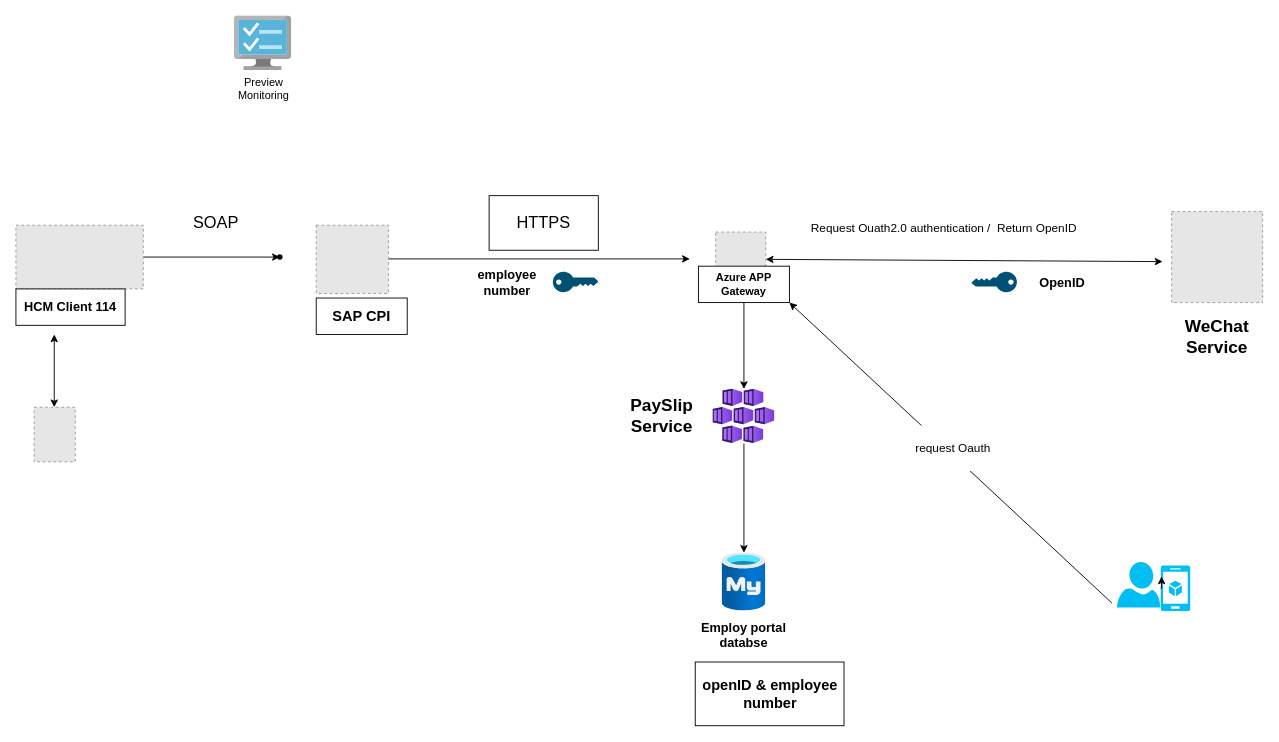
liuyuch1990/demo keeps this draw.io diagram as src/SAP.drawio. Above is the earlier version. Source tidied: cells renumbered, new cells numbered last; positions are measured from the earlier drawing's top-left corner, leaving out a move shared by most shapes. Both pictures are drawn from the tidied source at 91%, with x=0, y=0 at pixel (15, 15). Pictures stored in the file or linked from it are replaced by grey dashed boxes.
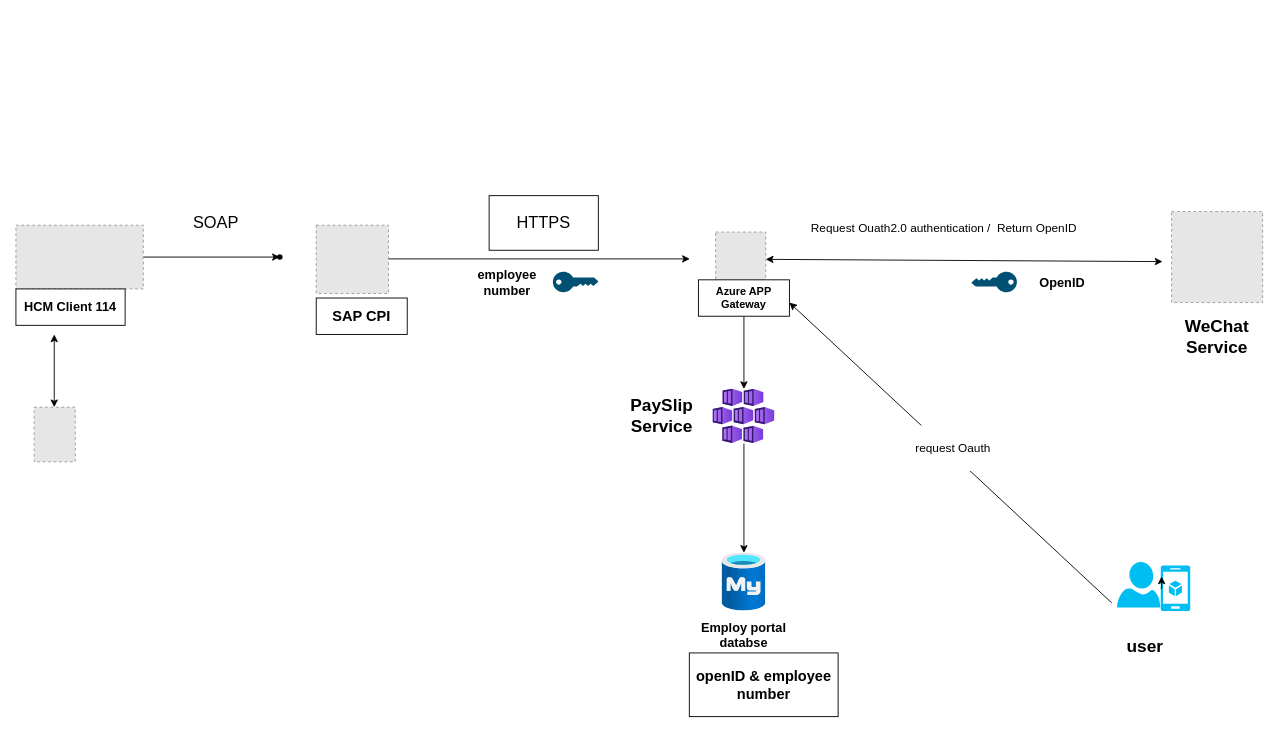
The same diagram, later.

What changed in the source:
```diff
@@
-    <mxCell id="2" value="Preview&lt;br&gt;Monitoring&lt;br&gt;" style="html=1;perimeter=none;align=center;shadow=0;dashed=0;image;fontSize=12;image=img/lib/mscae/TaskVM.svg;" parent="1" vertex="1">
-      <mxGeometry x="240" width="63" height="60" as="geometry" />
-    </mxCell>
@@
     <mxCell id="17" value="&lt;b&gt;Azure APP Gateway&lt;/b&gt;" style="rounded=0;whiteSpace=wrap;html=1;" parent="1" vertex="1">
-      <mxGeometry x="750" y="275" width="100" height="40" as="geometry" />
+      <mxGeometry x="750" y="290" width="100" height="40" as="geometry" />
     </mxCell>
@@
     <mxCell id="36" value="&lt;span style=&quot;font-size: 16px;&quot;&gt;&lt;b&gt;openID &amp;amp; employee number&lt;/b&gt;&lt;/span&gt;" style="rounded=0;whiteSpace=wrap;html=1;" parent="1" vertex="1">
-      <mxGeometry x="746.5" y="710" width="163.5" height="70" as="geometry" />
+      <mxGeometry x="740" y="700" width="163.5" height="70" as="geometry" />
     </mxCell>
+    <mxCell id="37" value="&lt;span style=&quot;font-size: 19px;&quot;&gt;&lt;b&gt;user&lt;/b&gt;&lt;/span&gt;" style="rounded=0;whiteSpace=wrap;html=1;strokeColor=none;" parent="1" vertex="1">
+      <mxGeometry x="1190.5" y="670" width="100" height="45" as="geometry" />
+    </mxCell>
```
